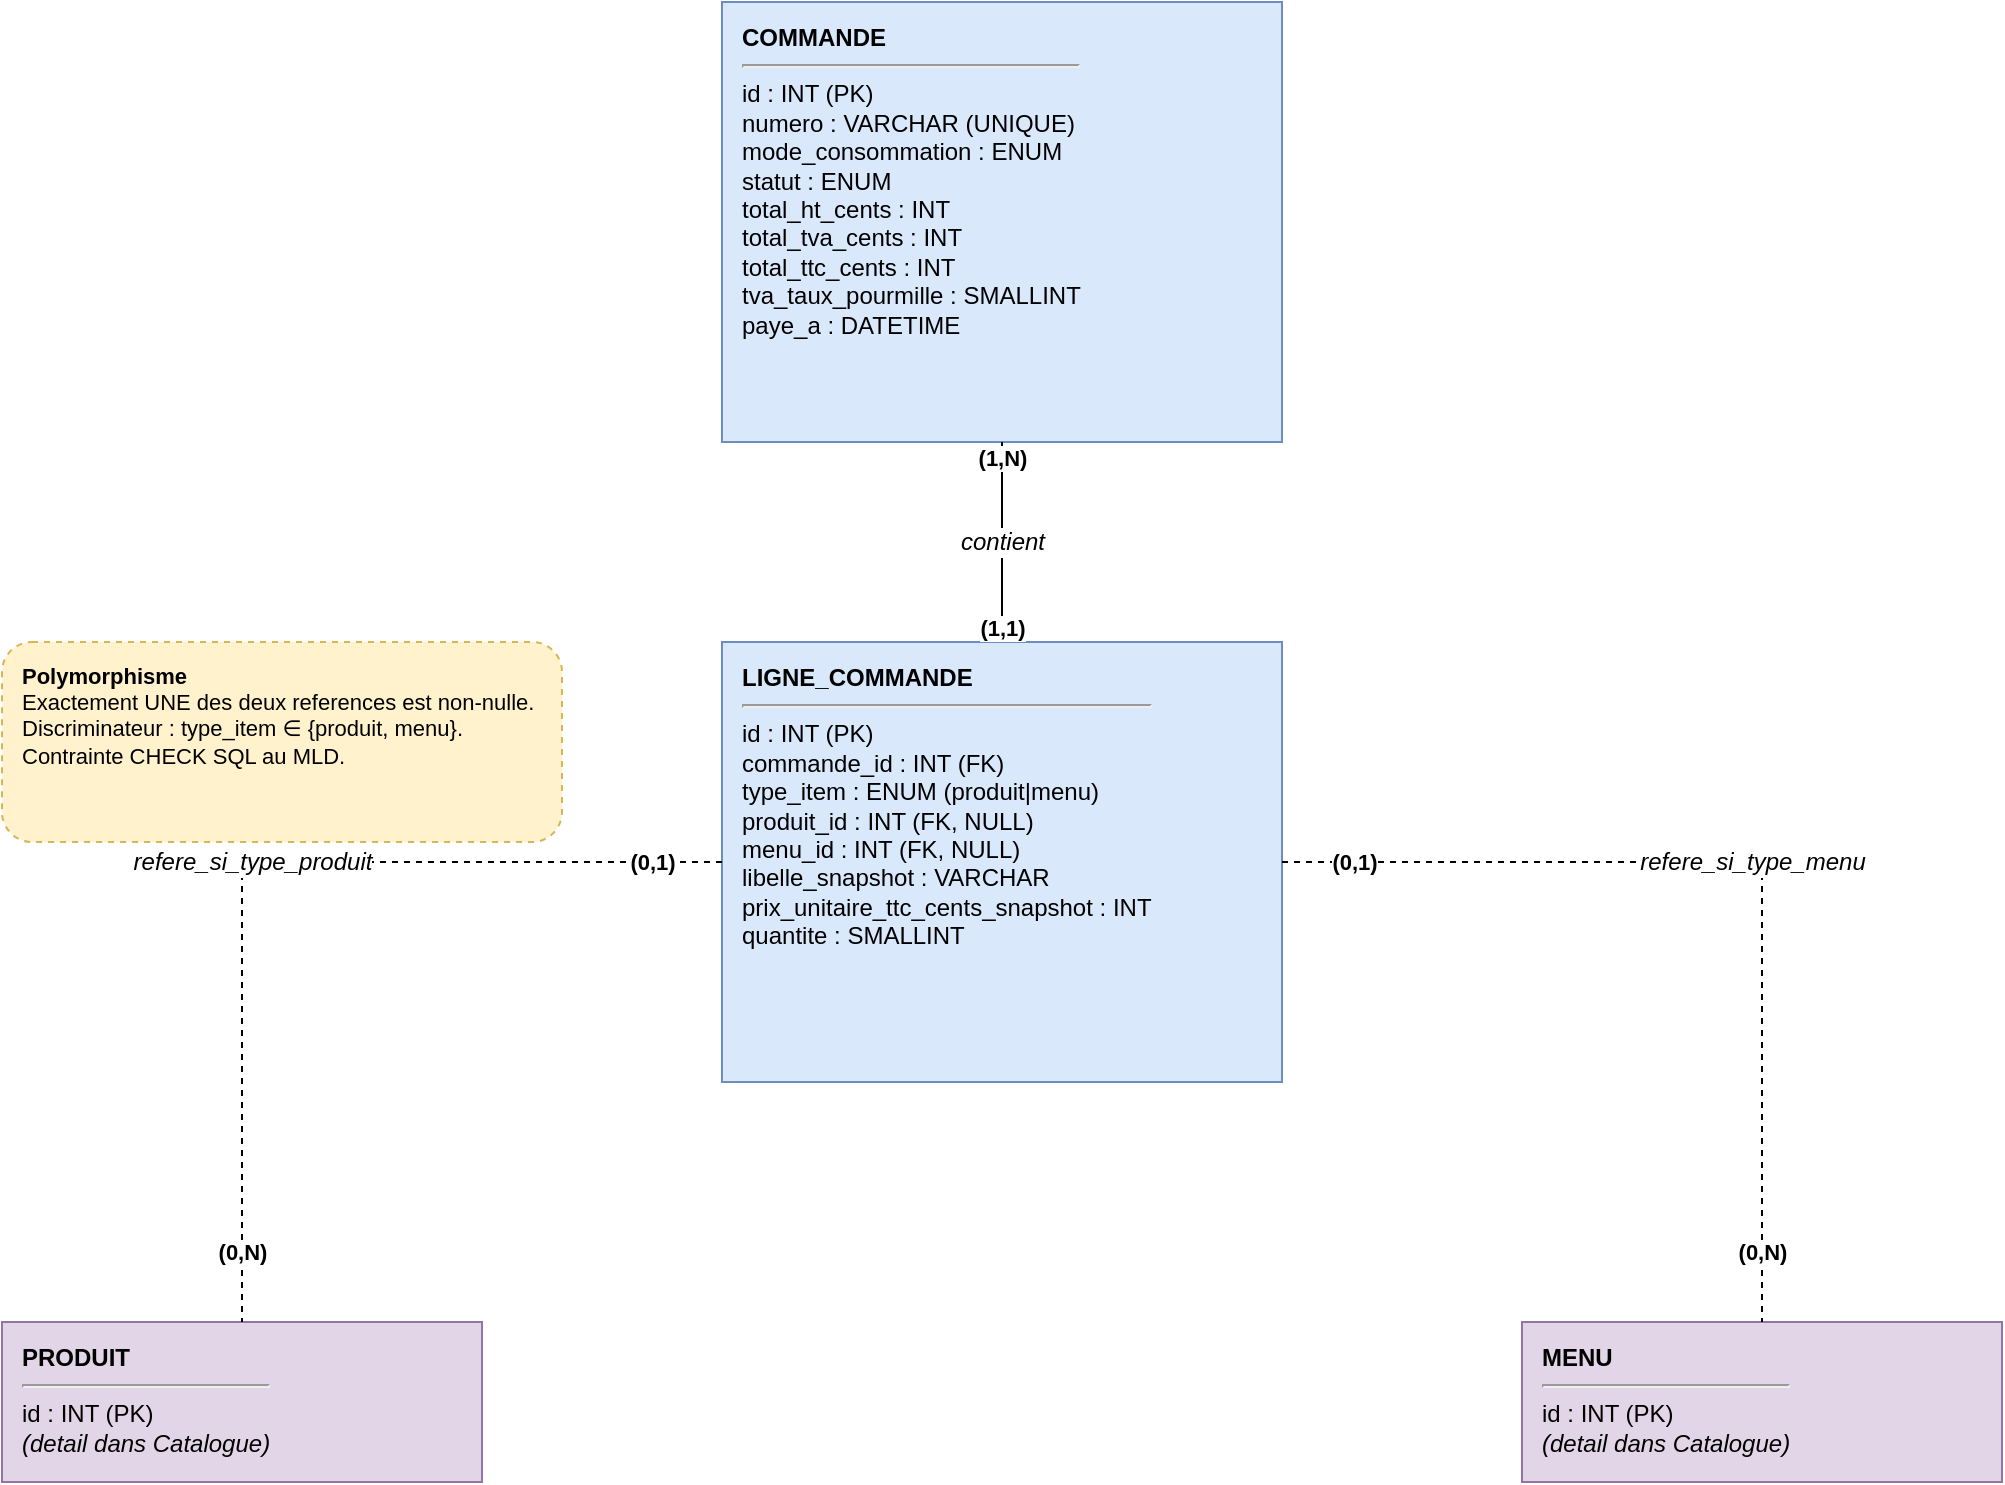
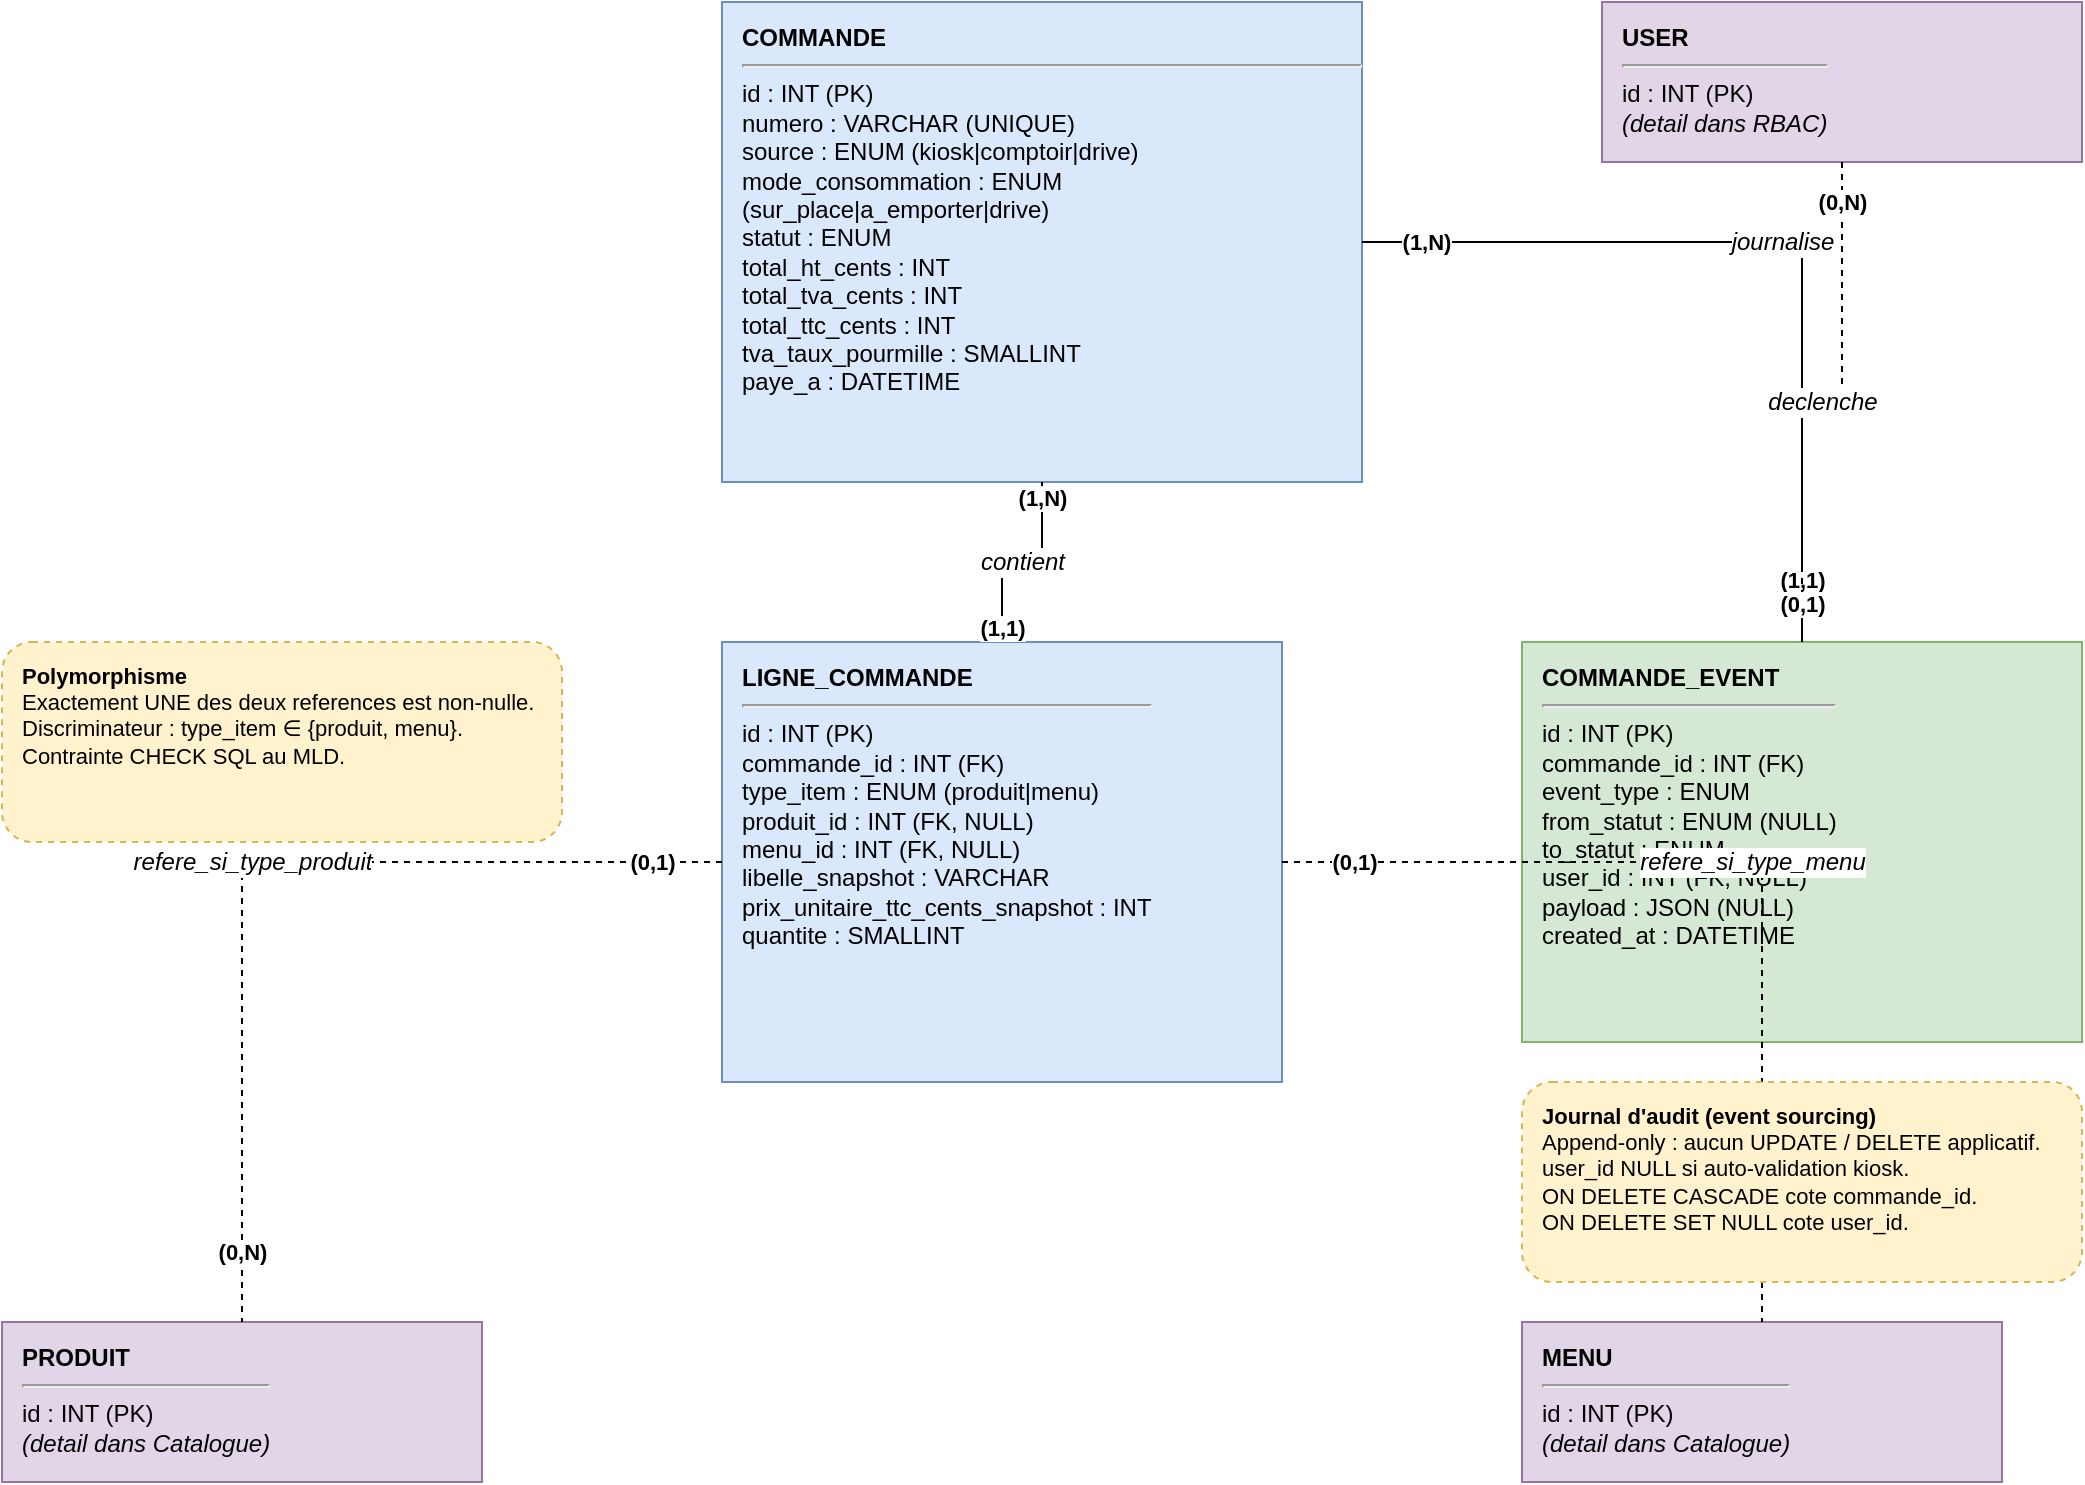
<mxfile host="app.diagrams.net" agent="claude-code-byan" type="device">
  <diagram name="MCD - Commande" id="mcd-commande">
    <mxGraphModel dx="1400" dy="900" grid="1" gridSize="10" guides="1" tooltips="1" connect="1" arrows="1" fold="1" page="1" pageScale="1" pageWidth="1169" pageHeight="826" math="0" shadow="0">
      <root>
        <mxCell id="0" />
        <mxCell id="1" parent="0" />

-         <mxCell id="commande" value="&lt;b&gt;COMMANDE&lt;/b&gt;&lt;hr&gt;id : INT (PK)&lt;br&gt;numero : VARCHAR (UNIQUE)&lt;br&gt;mode_consommation : ENUM&lt;br&gt;statut : ENUM&lt;br&gt;total_ht_cents : INT&lt;br&gt;total_tva_cents : INT&lt;br&gt;total_ttc_cents : INT&lt;br&gt;tva_taux_pourmille : SMALLINT&lt;br&gt;paye_a : DATETIME" style="rounded=0;whiteSpace=wrap;html=1;fillColor=#dae8fc;strokeColor=#6c8ebf;align=left;verticalAlign=top;fontSize=12;spacingLeft=8;spacingTop=4" vertex="1" parent="1">
-           <mxGeometry x="440" y="40" width="280" height="220" as="geometry" />
+         <mxCell id="commande" value="&lt;b&gt;COMMANDE&lt;/b&gt;&lt;hr&gt;id : INT (PK)&lt;br&gt;numero : VARCHAR (UNIQUE)&lt;br&gt;source : ENUM (kiosk|comptoir|drive)&lt;br&gt;mode_consommation : ENUM (sur_place|a_emporter|drive)&lt;br&gt;statut : ENUM&lt;br&gt;total_ht_cents : INT&lt;br&gt;total_tva_cents : INT&lt;br&gt;total_ttc_cents : INT&lt;br&gt;tva_taux_pourmille : SMALLINT&lt;br&gt;paye_a : DATETIME" style="rounded=0;whiteSpace=wrap;html=1;fillColor=#dae8fc;strokeColor=#6c8ebf;align=left;verticalAlign=top;fontSize=12;spacingLeft=8;spacingTop=4" vertex="1" parent="1">
+           <mxGeometry x="440" y="40" width="320" height="240" as="geometry" />
+         </mxCell>
+ 
+         <mxCell id="user_stub" value="&lt;b&gt;USER&lt;/b&gt;&lt;hr&gt;id : INT (PK)&lt;br&gt;&lt;i&gt;(detail dans RBAC)&lt;/i&gt;" style="rounded=0;whiteSpace=wrap;html=1;fillColor=#e1d5e7;strokeColor=#9673a6;align=left;verticalAlign=top;fontSize=12;spacingLeft=8;spacingTop=4" vertex="1" parent="1">
+           <mxGeometry x="880" y="40" width="240" height="80" as="geometry" />
+         </mxCell>
+ 
+         <mxCell id="commande_event" value="&lt;b&gt;COMMANDE_EVENT&lt;/b&gt;&lt;hr&gt;id : INT (PK)&lt;br&gt;commande_id : INT (FK)&lt;br&gt;event_type : ENUM&lt;br&gt;from_statut : ENUM (NULL)&lt;br&gt;to_statut : ENUM&lt;br&gt;user_id : INT (FK, NULL)&lt;br&gt;payload : JSON (NULL)&lt;br&gt;created_at : DATETIME" style="rounded=0;whiteSpace=wrap;html=1;fillColor=#d5e8d4;strokeColor=#82b366;align=left;verticalAlign=top;fontSize=12;spacingLeft=8;spacingTop=4" vertex="1" parent="1">
+           <mxGeometry x="840" y="360" width="280" height="200" as="geometry" />
        </mxCell>

        <mxCell id="ligne_commande" value="&lt;b&gt;LIGNE_COMMANDE&lt;/b&gt;&lt;hr&gt;id : INT (PK)&lt;br&gt;commande_id : INT (FK)&lt;br&gt;type_item : ENUM (produit|menu)&lt;br&gt;produit_id : INT (FK, NULL)&lt;br&gt;menu_id : INT (FK, NULL)&lt;br&gt;libelle_snapshot : VARCHAR&lt;br&gt;prix_unitaire_ttc_cents_snapshot : INT&lt;br&gt;quantite : SMALLINT" style="rounded=0;whiteSpace=wrap;html=1;fillColor=#dae8fc;strokeColor=#6c8ebf;align=left;verticalAlign=top;fontSize=12;spacingLeft=8;spacingTop=4" vertex="1" parent="1">
          <mxGeometry x="440" y="360" width="280" height="220" as="geometry" />
        </mxCell>

        <mxCell id="produit" value="&lt;b&gt;PRODUIT&lt;/b&gt;&lt;hr&gt;id : INT (PK)&lt;br&gt;&lt;i&gt;(detail dans Catalogue)&lt;/i&gt;" style="rounded=0;whiteSpace=wrap;html=1;fillColor=#e1d5e7;strokeColor=#9673a6;align=left;verticalAlign=top;fontSize=12;spacingLeft=8;spacingTop=4" vertex="1" parent="1">
          <mxGeometry x="80" y="700" width="240" height="80" as="geometry" />
        </mxCell>

        <mxCell id="menu" value="&lt;b&gt;MENU&lt;/b&gt;&lt;hr&gt;id : INT (PK)&lt;br&gt;&lt;i&gt;(detail dans Catalogue)&lt;/i&gt;" style="rounded=0;whiteSpace=wrap;html=1;fillColor=#e1d5e7;strokeColor=#9673a6;align=left;verticalAlign=top;fontSize=12;spacingLeft=8;spacingTop=4" vertex="1" parent="1">
          <mxGeometry x="840" y="700" width="240" height="80" as="geometry" />
        </mxCell>

        <mxCell id="e_cmd_lc" value="contient" style="endArrow=none;html=1;fontSize=12;fontStyle=2;edgeStyle=orthogonalEdgeStyle;rounded=0" edge="1" parent="1" source="commande" target="ligne_commande">
          <mxGeometry relative="1" as="geometry" />
        </mxCell>
        <mxCell id="e_cmd_lc_a" value="(1,N)" style="edgeLabel;html=1;align=center;verticalAlign=middle;resizable=0;points=[];fontSize=11;fontStyle=1;fillColor=#ffffff;strokeColor=none" vertex="1" connectable="0" parent="e_cmd_lc">
          <mxGeometry x="-0.85" relative="1" as="geometry"><mxPoint as="offset" /></mxGeometry>
        </mxCell>
        <mxCell id="e_cmd_lc_b" value="(1,1)" style="edgeLabel;html=1;align=center;verticalAlign=middle;resizable=0;points=[];fontSize=11;fontStyle=1;fillColor=#ffffff;strokeColor=none" vertex="1" connectable="0" parent="e_cmd_lc">
          <mxGeometry x="0.85" relative="1" as="geometry"><mxPoint as="offset" /></mxGeometry>
        </mxCell>

        <mxCell id="e_lc_prod" value="refere_si_type_produit" style="endArrow=none;html=1;fontSize=12;fontStyle=2;edgeStyle=orthogonalEdgeStyle;rounded=0;dashed=1" edge="1" parent="1" source="ligne_commande" target="produit">
          <mxGeometry relative="1" as="geometry" />
        </mxCell>
        <mxCell id="e_lc_prod_a" value="(0,1)" style="edgeLabel;html=1;align=center;verticalAlign=middle;resizable=0;points=[];fontSize=11;fontStyle=1;fillColor=#ffffff;strokeColor=none" vertex="1" connectable="0" parent="e_lc_prod">
          <mxGeometry x="-0.85" relative="1" as="geometry"><mxPoint as="offset" /></mxGeometry>
        </mxCell>
        <mxCell id="e_lc_prod_b" value="(0,N)" style="edgeLabel;html=1;align=center;verticalAlign=middle;resizable=0;points=[];fontSize=11;fontStyle=1;fillColor=#ffffff;strokeColor=none" vertex="1" connectable="0" parent="e_lc_prod">
          <mxGeometry x="0.85" relative="1" as="geometry"><mxPoint as="offset" /></mxGeometry>
        </mxCell>

        <mxCell id="e_lc_menu" value="refere_si_type_menu" style="endArrow=none;html=1;fontSize=12;fontStyle=2;edgeStyle=orthogonalEdgeStyle;rounded=0;dashed=1" edge="1" parent="1" source="ligne_commande" target="menu">
          <mxGeometry relative="1" as="geometry" />
        </mxCell>
        <mxCell id="e_lc_menu_a" value="(0,1)" style="edgeLabel;html=1;align=center;verticalAlign=middle;resizable=0;points=[];fontSize=11;fontStyle=1;fillColor=#ffffff;strokeColor=none" vertex="1" connectable="0" parent="e_lc_menu">
          <mxGeometry x="-0.85" relative="1" as="geometry"><mxPoint as="offset" /></mxGeometry>
        </mxCell>
        <mxCell id="e_lc_menu_b" value="(0,N)" style="edgeLabel;html=1;align=center;verticalAlign=middle;resizable=0;points=[];fontSize=11;fontStyle=1;fillColor=#ffffff;strokeColor=none" vertex="1" connectable="0" parent="e_lc_menu">
          <mxGeometry x="0.85" relative="1" as="geometry"><mxPoint as="offset" /></mxGeometry>
        </mxCell>

        <mxCell id="note_poly" value="&lt;b&gt;Polymorphisme&lt;/b&gt;&lt;br&gt;Exactement UNE des deux references est non-nulle.&lt;br&gt;Discriminateur : type_item &amp;isin; {produit, menu}.&lt;br&gt;Contrainte CHECK SQL au MLD." style="rounded=1;whiteSpace=wrap;html=1;fillColor=#fff2cc;strokeColor=#d6b656;align=left;verticalAlign=top;fontSize=11;spacingLeft=8;spacingTop=4;dashed=1" vertex="1" parent="1">
          <mxGeometry x="80" y="360" width="280" height="100" as="geometry" />
        </mxCell>

+         <mxCell id="e_cmd_evt" value="journalise" style="endArrow=none;html=1;fontSize=12;fontStyle=2;edgeStyle=orthogonalEdgeStyle;rounded=0" edge="1" parent="1" source="commande" target="commande_event">
+           <mxGeometry relative="1" as="geometry" />
+         </mxCell>
+         <mxCell id="e_cmd_evt_a" value="(1,N)" style="edgeLabel;html=1;align=center;verticalAlign=middle;resizable=0;points=[];fontSize=11;fontStyle=1;fillColor=#ffffff;strokeColor=none" vertex="1" connectable="0" parent="e_cmd_evt">
+           <mxGeometry x="-0.85" relative="1" as="geometry"><mxPoint as="offset" /></mxGeometry>
+         </mxCell>
+         <mxCell id="e_cmd_evt_b" value="(1,1)" style="edgeLabel;html=1;align=center;verticalAlign=middle;resizable=0;points=[];fontSize=11;fontStyle=1;fillColor=#ffffff;strokeColor=none" vertex="1" connectable="0" parent="e_cmd_evt">
+           <mxGeometry x="0.85" relative="1" as="geometry"><mxPoint as="offset" /></mxGeometry>
+         </mxCell>
+ 
+         <mxCell id="e_user_evt" value="declenche" style="endArrow=none;html=1;fontSize=12;fontStyle=2;edgeStyle=orthogonalEdgeStyle;rounded=0;dashed=1" edge="1" parent="1" source="user_stub" target="commande_event">
+           <mxGeometry relative="1" as="geometry" />
+         </mxCell>
+         <mxCell id="e_user_evt_a" value="(0,N)" style="edgeLabel;html=1;align=center;verticalAlign=middle;resizable=0;points=[];fontSize=11;fontStyle=1;fillColor=#ffffff;strokeColor=none" vertex="1" connectable="0" parent="e_user_evt">
+           <mxGeometry x="-0.85" relative="1" as="geometry"><mxPoint as="offset" /></mxGeometry>
+         </mxCell>
+         <mxCell id="e_user_evt_b" value="(0,1)" style="edgeLabel;html=1;align=center;verticalAlign=middle;resizable=0;points=[];fontSize=11;fontStyle=1;fillColor=#ffffff;strokeColor=none" vertex="1" connectable="0" parent="e_user_evt">
+           <mxGeometry x="0.85" relative="1" as="geometry"><mxPoint as="offset" /></mxGeometry>
+         </mxCell>
+ 
+         <mxCell id="note_audit" value="&lt;b&gt;Journal d'audit (event sourcing)&lt;/b&gt;&lt;br&gt;Append-only : aucun UPDATE / DELETE applicatif.&lt;br&gt;user_id NULL si auto-validation kiosk.&lt;br&gt;ON DELETE CASCADE cote commande_id.&lt;br&gt;ON DELETE SET NULL cote user_id." style="rounded=1;whiteSpace=wrap;html=1;fillColor=#fff2cc;strokeColor=#d6b656;align=left;verticalAlign=top;fontSize=11;spacingLeft=8;spacingTop=4;dashed=1" vertex="1" parent="1">
+           <mxGeometry x="840" y="580" width="280" height="100" as="geometry" />
+         </mxCell>
+ 
      </root>
    </mxGraphModel>
  </diagram>
</mxfile>
